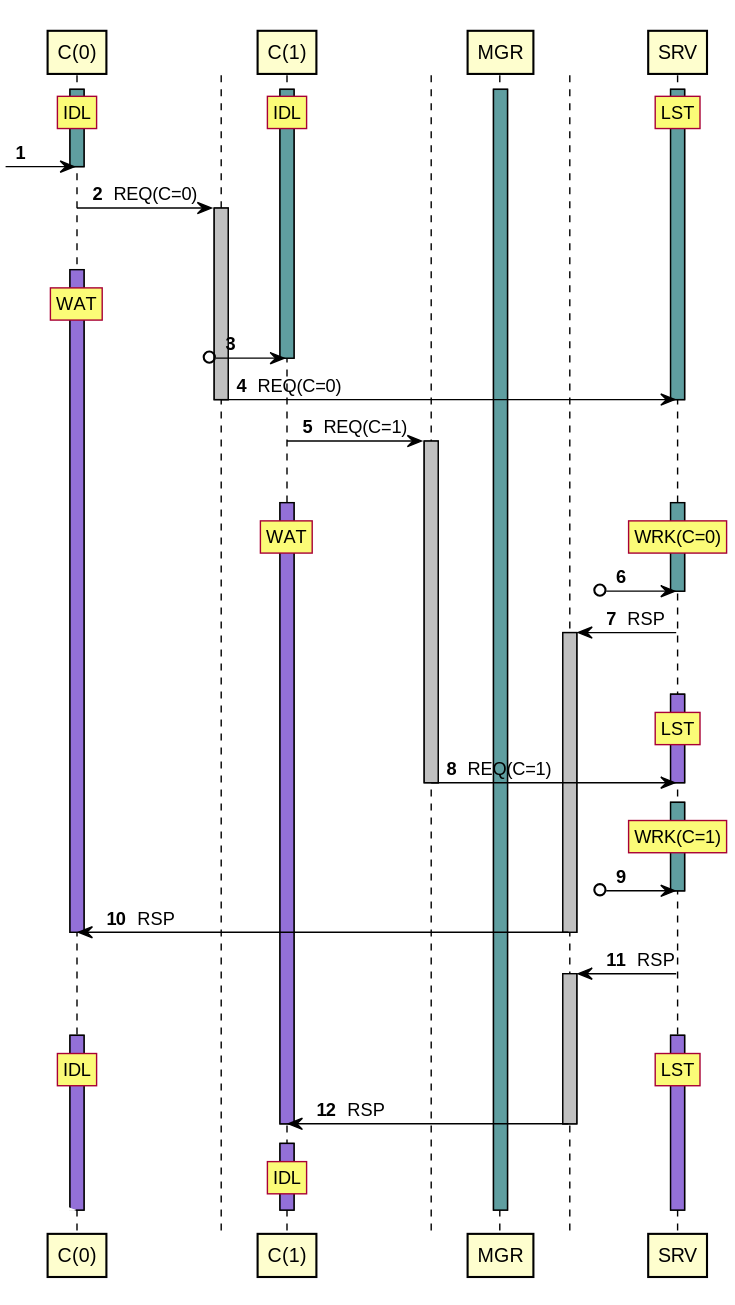
Before: tests/expected/test_managed_clients_server/sequence.svg, a diagram exported from PlantUML (orenbenkiki/total-space).
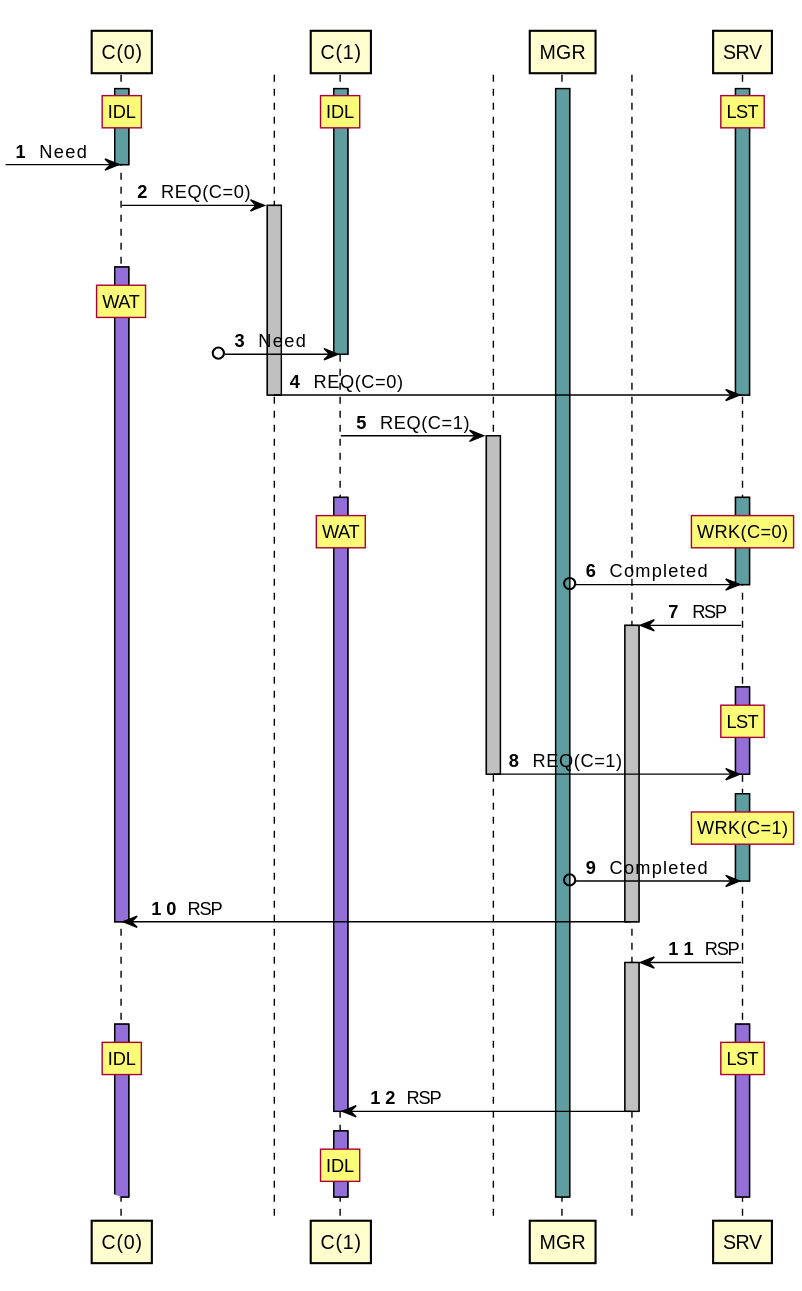
Above is the later version.

The edit, as a diff of the source:
```diff
@@ -21,7 +21,7 @@
 rnote over A0 : IDL
 / rnote over A1 : IDL
 / rnote over A3 : LST
-?o-> A0
+?o-> A0 : Need
 deactivate A0
 control " " as T0 order 10101
 A0 -> T0 : REQ(C=0)
@@ -32,7 +32,7 @@
 autonumber resume
 activate A0 #MediumPurple
 rnote over A0 : WAT
-?o-> A1
+?o-> A1 : Need
 deactivate A1
 T0 -> A3 : REQ(C=0)
 deactivate T0
@@ -48,7 +48,7 @@
 activate A3 #CadetBlue
 rnote over A1 : WAT
 / rnote over A3 : WRK(C=0)
-?o-> A3
+?o-> A3 : Completed
 deactivate A3
 control " " as T2 order 10399
 A3 -> T2 : RSP
@@ -67,7 +67,7 @@
 autonumber resume
 activate A3 #CadetBlue
 rnote over A3 : WRK(C=1)
-?o-> A3
+?o-> A3 : Completed
 deactivate A3
 T2 -> A0 : RSP
 deactivate T2
```
